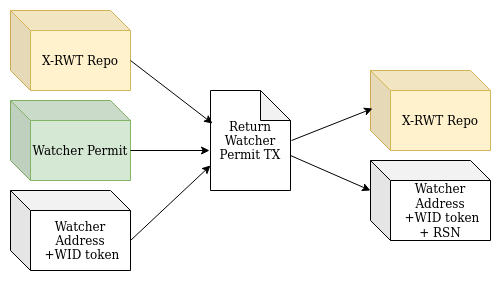
rosen-bridge/contract keeps this draw.io diagram as images/Return_Permit.png. Above is the earlier version. Source tidied: cells renumbered, new cells last; positions are measured from the earlier drawing's top-left corner, leaving out a move shared by most shapes. Source of this version:
```xml
<mxGraphModel>
  <root>
    <mxCell id="0" />
    <mxCell id="1" parent="0" />
    <mxCell id="2" value="&lt;div&gt;Watcher Address&lt;br&gt;&lt;/div&gt;&lt;div&gt;&amp;nbsp;+WID token&lt;br&gt;&lt;/div&gt;" style="shape=cube;whiteSpace=wrap;html=1;boundedLbl=1;backgroundOutline=1;darkOpacity=0.05;darkOpacity2=0.1;" parent="1" vertex="1">
      <mxGeometry y="180" width="120" height="80" as="geometry" />
    </mxCell>
    <mxCell id="3" value="&lt;div&gt;Watcher Permit&lt;br&gt;&lt;/div&gt;" style="shape=cube;whiteSpace=wrap;html=1;boundedLbl=1;backgroundOutline=1;darkOpacity=0.05;darkOpacity2=0.1;fillColor=#d5e8d4;strokeColor=#82b366;" parent="1" vertex="1">
      <mxGeometry y="90" width="120" height="80" as="geometry" />
    </mxCell>
    <mxCell id="4" value="&lt;div&gt;X-RWT Repo&lt;/div&gt;" style="shape=cube;whiteSpace=wrap;html=1;boundedLbl=1;backgroundOutline=1;darkOpacity=0.05;darkOpacity2=0.1;fillColor=#fff2cc;strokeColor=#d6b656;" parent="1" vertex="1">
      <mxGeometry width="120" height="80" as="geometry" />
    </mxCell>
    <mxCell id="5" value="&lt;div&gt;X-RWT Repo&lt;/div&gt;" style="shape=cube;whiteSpace=wrap;html=1;boundedLbl=1;backgroundOutline=1;darkOpacity=0.05;darkOpacity2=0.1;fillColor=#fff2cc;strokeColor=#d6b656;" parent="1" vertex="1">
      <mxGeometry x="360" y="60" width="120" height="80" as="geometry" />
    </mxCell>
    <mxCell id="6" value="&lt;div&gt;Watcher Address&lt;br&gt;&lt;/div&gt;&lt;div&gt;&amp;nbsp;+WID token&lt;/div&gt;&lt;div&gt;+ RSN&lt;br&gt;&lt;/div&gt;" style="shape=cube;whiteSpace=wrap;html=1;boundedLbl=1;backgroundOutline=1;darkOpacity=0.05;darkOpacity2=0.1;" parent="1" vertex="1">
      <mxGeometry x="360" y="150" width="120" height="80" as="geometry" />
    </mxCell>
    <mxCell id="7" value="Return Watcher Permit TX" style="shape=note;whiteSpace=wrap;html=1;backgroundOutline=1;darkOpacity=0.05;" parent="1" vertex="1">
      <mxGeometry x="200" y="80" width="80" height="100" as="geometry" />
    </mxCell>
    <mxCell id="8" style="endArrow=classic;html=1;rounded=0;exitX=0;exitY=0;exitDx=120;exitDy=50;exitPerimeter=0;entryX=0.025;entryY=0.33;entryDx=0;entryDy=0;entryPerimeter=0;" parent="1" edge="1" source="4" target="7">
      <mxGeometry relative="1" as="geometry" />
    </mxCell>
    <mxCell id="9" style="endArrow=classic;html=1;rounded=0;exitX=0;exitY=0;exitDx=120;exitDy=50;exitPerimeter=0;entryX=-0.012;entryY=0.6;entryDx=0;entryDy=0;entryPerimeter=0;" parent="1" edge="1" source="3" target="7">
      <mxGeometry relative="1" as="geometry" />
    </mxCell>
    <mxCell id="10" style="endArrow=classic;html=1;rounded=0;exitX=0;exitY=0;exitDx=120;exitDy=50;exitPerimeter=0;entryX=0;entryY=0.75;entryDx=0;entryDy=0;entryPerimeter=0;" parent="1" edge="1" source="2" target="7">
      <mxGeometry relative="1" as="geometry" />
    </mxCell>
    <mxCell id="11" style="endArrow=classic;html=1;rounded=0;exitX=1.013;exitY=0.5;exitDx=0;exitDy=0;exitPerimeter=0;entryX=0.017;entryY=0.475;entryDx=0;entryDy=0;entryPerimeter=0;" parent="1" edge="1" source="7" target="5">
      <mxGeometry relative="1" as="geometry" />
    </mxCell>
    <mxCell id="12" style="endArrow=classic;html=1;rounded=0;exitX=0;exitY=0;exitDx=80;exitDy=65;exitPerimeter=0;entryX=0;entryY=0;entryDx=0;entryDy=30;entryPerimeter=0;" parent="1" edge="1" source="7" target="6">
      <mxGeometry relative="1" as="geometry" />
    </mxCell>
  </root>
</mxGraphModel>
```
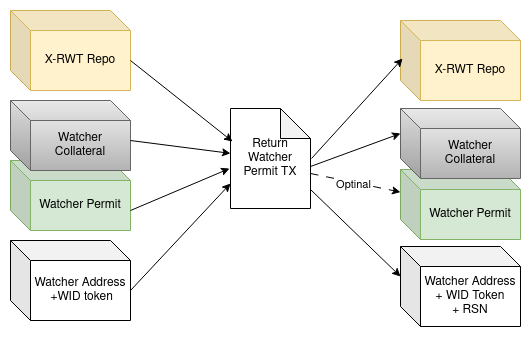
Later version of the same file.

Commit message:
Update documents for moving permit count to collateral

Diff of the diagram source:
```diff
@@ -2,38 +2,59 @@
   <root>
     <mxCell id="0" />
     <mxCell id="1" parent="0" />
+    <mxCell id="13" value="&lt;div&gt;Watcher Permit&lt;br&gt;&lt;/div&gt;" style="shape=cube;whiteSpace=wrap;html=1;boundedLbl=1;backgroundOutline=1;darkOpacity=0.05;darkOpacity2=0.1;fillColor=#d5e8d4;strokeColor=#82b366;" parent="1" vertex="1">
+      <mxGeometry x="390" y="139" width="120" height="70" as="geometry" />
+    </mxCell>
+    <mxCell id="14" value="&lt;div&gt;Watcher Permit&lt;br&gt;&lt;/div&gt;" style="shape=cube;whiteSpace=wrap;html=1;boundedLbl=1;backgroundOutline=1;darkOpacity=0.05;darkOpacity2=0.1;fillColor=#d5e8d4;strokeColor=#82b366;" parent="1" vertex="1">
+      <mxGeometry y="130" width="120" height="70" as="geometry" />
+    </mxCell>
+    <mxCell id="15" value="Watcher&lt;br&gt;Collateral" style="shape=cube;whiteSpace=wrap;html=1;boundedLbl=1;backgroundOutline=1;darkOpacity=0.05;darkOpacity2=0.1;fillColor=#f5f5f5;strokeColor=#666666;gradientColor=#b3b3b3;" parent="1" vertex="1">
+      <mxGeometry y="70" width="120" height="70" as="geometry" />
+    </mxCell>
     <mxCell id="2" value="&lt;div&gt;Watcher Address&lt;br&gt;&lt;/div&gt;&lt;div&gt;&amp;nbsp;+WID token&lt;br&gt;&lt;/div&gt;" style="shape=cube;whiteSpace=wrap;html=1;boundedLbl=1;backgroundOutline=1;darkOpacity=0.05;darkOpacity2=0.1;" parent="1" vertex="1">
-      <mxGeometry y="180" width="120" height="80" as="geometry" />
+      <mxGeometry y="210" width="120" height="80" as="geometry" />
     </mxCell>
-    <mxCell id="3" value="&lt;div&gt;Watcher Permit&lt;br&gt;&lt;/div&gt;" style="shape=cube;whiteSpace=wrap;html=1;boundedLbl=1;backgroundOutline=1;darkOpacity=0.05;darkOpacity2=0.1;fillColor=#d5e8d4;strokeColor=#82b366;" parent="1" vertex="1">
-      <mxGeometry y="90" width="120" height="80" as="geometry" />
-    </mxCell>
-    <mxCell id="4" value="&lt;div&gt;X-RWT Repo&lt;/div&gt;" style="shape=cube;whiteSpace=wrap;html=1;boundedLbl=1;backgroundOutline=1;darkOpacity=0.05;darkOpacity2=0.1;fillColor=#fff2cc;strokeColor=#d6b656;" parent="1" vertex="1">
-      <mxGeometry width="120" height="80" as="geometry" />
-    </mxCell>
-    <mxCell id="5" value="&lt;div&gt;X-RWT Repo&lt;/div&gt;" style="shape=cube;whiteSpace=wrap;html=1;boundedLbl=1;backgroundOutline=1;darkOpacity=0.05;darkOpacity2=0.1;fillColor=#fff2cc;strokeColor=#d6b656;" parent="1" vertex="1">
-      <mxGeometry x="360" y="60" width="120" height="80" as="geometry" />
-    </mxCell>
-    <mxCell id="6" value="&lt;div&gt;Watcher Address&lt;br&gt;&lt;/div&gt;&lt;div&gt;&amp;nbsp;+WID token&lt;/div&gt;&lt;div&gt;+ RSN&lt;br&gt;&lt;/div&gt;" style="shape=cube;whiteSpace=wrap;html=1;boundedLbl=1;backgroundOutline=1;darkOpacity=0.05;darkOpacity2=0.1;" parent="1" vertex="1">
-      <mxGeometry x="360" y="150" width="120" height="80" as="geometry" />
-    </mxCell>
+    <mxCell id="16" value="&lt;div&gt;X-RWT Repo&lt;/div&gt;" style="shape=cube;whiteSpace=wrap;html=1;boundedLbl=1;backgroundOutline=1;darkOpacity=0.05;darkOpacity2=0.1;fillColor=#fff2cc;strokeColor=#d6b656;" parent="1" vertex="1">
+      <mxGeometry y="-20" width="120" height="80" as="geometry" />
+    </mxCell>
+    <mxCell id="17" value="&lt;div&gt;X-RWT Repo&lt;/div&gt;" style="shape=cube;whiteSpace=wrap;html=1;boundedLbl=1;backgroundOutline=1;darkOpacity=0.05;darkOpacity2=0.1;fillColor=#fff2cc;strokeColor=#d6b656;" parent="1" vertex="1">
+      <mxGeometry x="390" y="-10" width="120" height="80" as="geometry" />
+    </mxCell>
+    <mxCell id="18" value="&lt;div&gt;Watcher Address&lt;br&gt;&lt;/div&gt;&lt;div&gt;+ WID Token&lt;br&gt;+ RSN&lt;br&gt;&lt;/div&gt;" style="shape=cube;whiteSpace=wrap;html=1;boundedLbl=1;backgroundOutline=1;darkOpacity=0.05;darkOpacity2=0.1;" parent="1" vertex="1">
+      <mxGeometry x="390" y="216" width="120" height="80" as="geometry" />
+    </mxCell>
+    <mxCell id="19" style="rounded=0;jettySize=auto;html=1;exitX=1;exitY=0.58;exitDx=0;exitDy=0;exitPerimeter=0;entryX=0;entryY=0;entryDx=0;entryDy=25;entryPerimeter=0;" parent="1" edge="1" source="7" target="27">
+      <mxGeometry relative="1" as="geometry" />
+    </mxCell>
+    <mxCell id="20" style="rounded=0;jettySize=auto;html=1;exitX=0;exitY=0;exitDx=80;exitDy=65;exitPerimeter=0;dashed=1;dashPattern=8 8;" parent="1" edge="1" source="7" target="13">
+      <mxGeometry relative="1" as="geometry" />
+    </mxCell>
+    <mxCell id="21" value="Optinal" style="edgeLabel;html=1;align=center;verticalAlign=middle;" parent="20" vertex="1">
+      <mxGeometry x="-0.04" y="-2" relative="1" as="geometry" />
+    </mxCell>
     <mxCell id="7" value="Return Watcher Permit TX" style="shape=note;whiteSpace=wrap;html=1;backgroundOutline=1;darkOpacity=0.05;" parent="1" vertex="1">
-      <mxGeometry x="200" y="80" width="80" height="100" as="geometry" />
+      <mxGeometry x="220" y="78" width="80" height="100" as="geometry" />
     </mxCell>
-    <mxCell id="8" style="endArrow=classic;html=1;rounded=0;exitX=0;exitY=0;exitDx=120;exitDy=50;exitPerimeter=0;entryX=0.025;entryY=0.33;entryDx=0;entryDy=0;entryPerimeter=0;" parent="1" edge="1" source="4" target="7">
-      <mxGeometry relative="1" as="geometry" />
-    </mxCell>
-    <mxCell id="9" style="endArrow=classic;html=1;rounded=0;exitX=0;exitY=0;exitDx=120;exitDy=50;exitPerimeter=0;entryX=-0.012;entryY=0.6;entryDx=0;entryDy=0;entryPerimeter=0;" parent="1" edge="1" source="3" target="7">
-      <mxGeometry relative="1" as="geometry" />
-    </mxCell>
+    <mxCell id="22" style="endArrow=classic;html=1;rounded=0;exitX=0;exitY=0;exitDx=120;exitDy=50;exitPerimeter=0;entryX=0.025;entryY=0.33;entryDx=0;entryDy=0;entryPerimeter=0;" parent="1" edge="1" source="16" target="7">
+      <mxGeometry relative="1" as="geometry" />
+    </mxCell>
+    <mxCell id="23" style="endArrow=classic;html=1;rounded=0;exitX=0;exitY=0;exitDx=120;exitDy=50;exitPerimeter=0;entryX=-0.012;entryY=0.6;entryDx=0;entryDy=0;entryPerimeter=0;" parent="1" edge="1" source="14" target="7">
+      <mxGeometry relative="1" as="geometry" />
+    </mxCell>
     <mxCell id="10" style="endArrow=classic;html=1;rounded=0;exitX=0;exitY=0;exitDx=120;exitDy=50;exitPerimeter=0;entryX=0;entryY=0.75;entryDx=0;entryDy=0;entryPerimeter=0;" parent="1" edge="1" source="2" target="7">
       <mxGeometry relative="1" as="geometry" />
     </mxCell>
-    <mxCell id="11" style="endArrow=classic;html=1;rounded=0;exitX=1.013;exitY=0.5;exitDx=0;exitDy=0;exitPerimeter=0;entryX=0.017;entryY=0.475;entryDx=0;entryDy=0;entryPerimeter=0;" parent="1" edge="1" source="7" target="5">
-      <mxGeometry relative="1" as="geometry" />
-    </mxCell>
-    <mxCell id="12" style="endArrow=classic;html=1;rounded=0;exitX=0;exitY=0;exitDx=80;exitDy=65;exitPerimeter=0;entryX=0;entryY=0;entryDx=0;entryDy=30;entryPerimeter=0;" parent="1" edge="1" source="7" target="6">
-      <mxGeometry relative="1" as="geometry" />
-    </mxCell>
+    <mxCell id="24" style="endArrow=classic;html=1;rounded=0;exitX=1.013;exitY=0.5;exitDx=0;exitDy=0;exitPerimeter=0;entryX=0.017;entryY=0.475;entryDx=0;entryDy=0;entryPerimeter=0;" parent="1" edge="1" source="7" target="17">
+      <mxGeometry relative="1" as="geometry" />
+    </mxCell>
+    <mxCell id="25" style="endArrow=classic;html=1;rounded=0;exitX=1;exitY=0.81;exitDx=0;exitDy=0;exitPerimeter=0;entryX=0;entryY=0;entryDx=0;entryDy=30;entryPerimeter=0;" parent="1" edge="1" source="7" target="18">
+      <mxGeometry relative="1" as="geometry" />
+    </mxCell>
+    <mxCell id="26" style="rounded=0;jettySize=auto;html=1;exitX=0;exitY=0;exitDx=120;exitDy=40;exitPerimeter=0;" parent="1" edge="1" source="15" target="7">
+      <mxGeometry relative="1" as="geometry" />
+    </mxCell>
+    <mxCell id="27" value="Watcher&lt;br&gt;Collateral" style="shape=cube;whiteSpace=wrap;html=1;boundedLbl=1;backgroundOutline=1;darkOpacity=0.05;darkOpacity2=0.1;fillColor=#f5f5f5;strokeColor=#666666;gradientColor=#b3b3b3;" parent="1" vertex="1">
+      <mxGeometry x="390" y="78" width="120" height="70" as="geometry" />
+    </mxCell>
   </root>
 </mxGraphModel>
```
